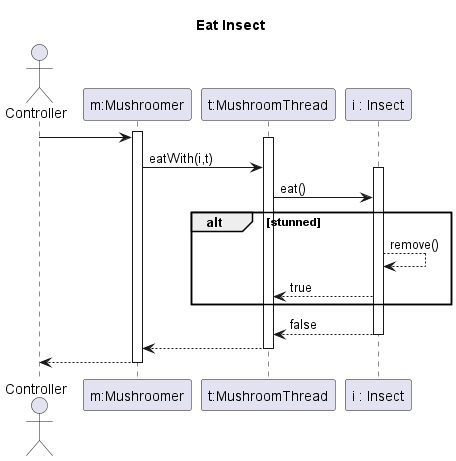
The PlantUML diagram out/7/sequences/eatInsect/eatInsect.png in Petya-G/fungorium, before a commit. Its diagram source:
```plantuml
@startuml eatInsect
title Eat Insect

actor Controller
participant "m:Mushroomer" as M
participant "t:MushroomThread" as T
participant "i : Insect" as I

activate M
Controller-> M
activate T
    M->T: eatWith(i,t)
    activate I
        T->I : eat()
        alt stunned
            I-->I : remove()
            I-->T : true
        end
        I-->T : false
    deactivate I
    T-->M
deactivate T
M-->Controller
deactivate M
@enduml
```
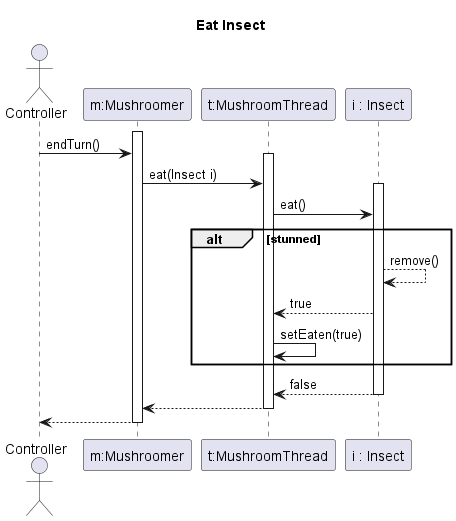
After the commit.

Change to the diagram source:
```diff
@@ -7,14 +7,15 @@
 participant "i : Insect" as I
 
 activate M
-Controller-> M
+Controller-> M : endTurn()
 activate T
-    M->T: eatWith(i,t)
+    M->T: eat(Insect i)
     activate I
         T->I : eat()
         alt stunned
             I-->I : remove()
             I-->T : true
+            T -> T : setEaten(true)
         end
         I-->T : false
     deactivate I
```
